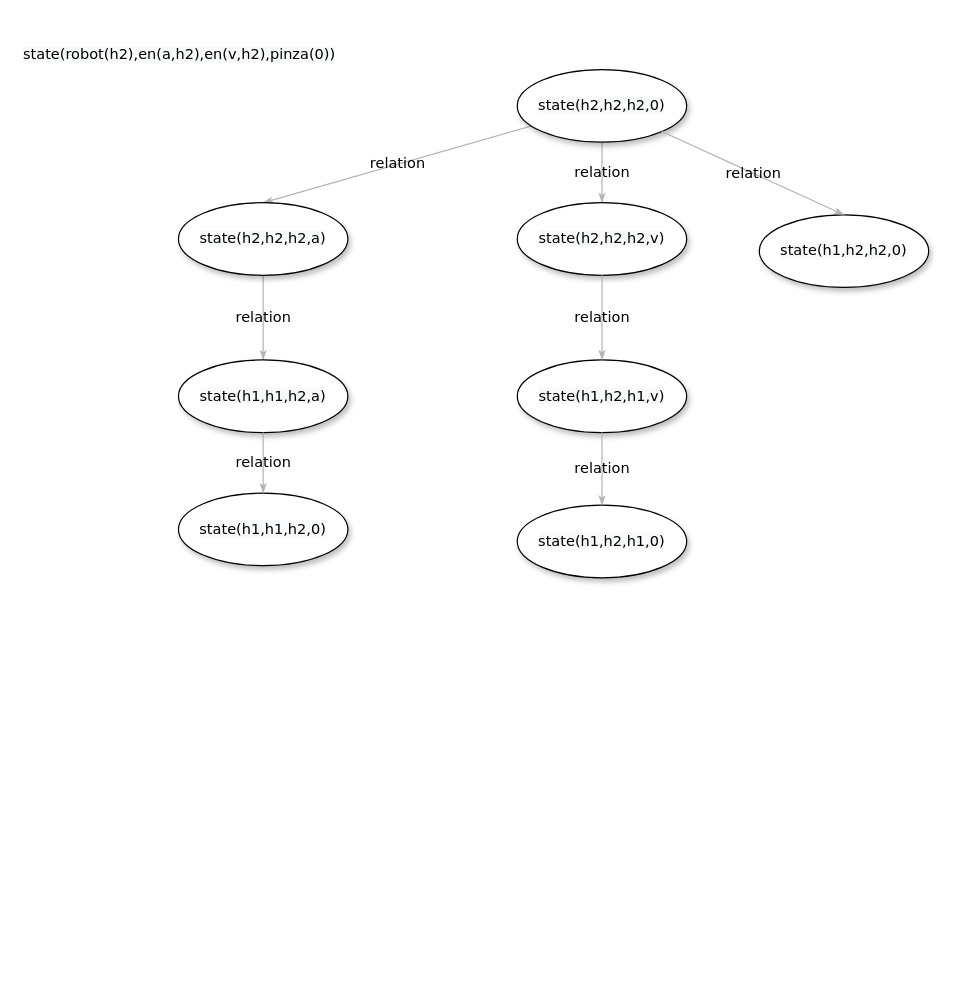
ivanramirez-git/IntroduccionIA keeps this draw.io diagram as Proyecto 1 - Robot/Proyecto 1 Diagrama.drawio. Above is the earlier version. Source tidied: cells renumbered, new cells numbered last; positions are measured from the earlier drawing's top-left corner, leaving out a move shared by most shapes. Both pictures are drawn from the tidied source at 121%, with x=0, y=0 at pixel (21, 21).
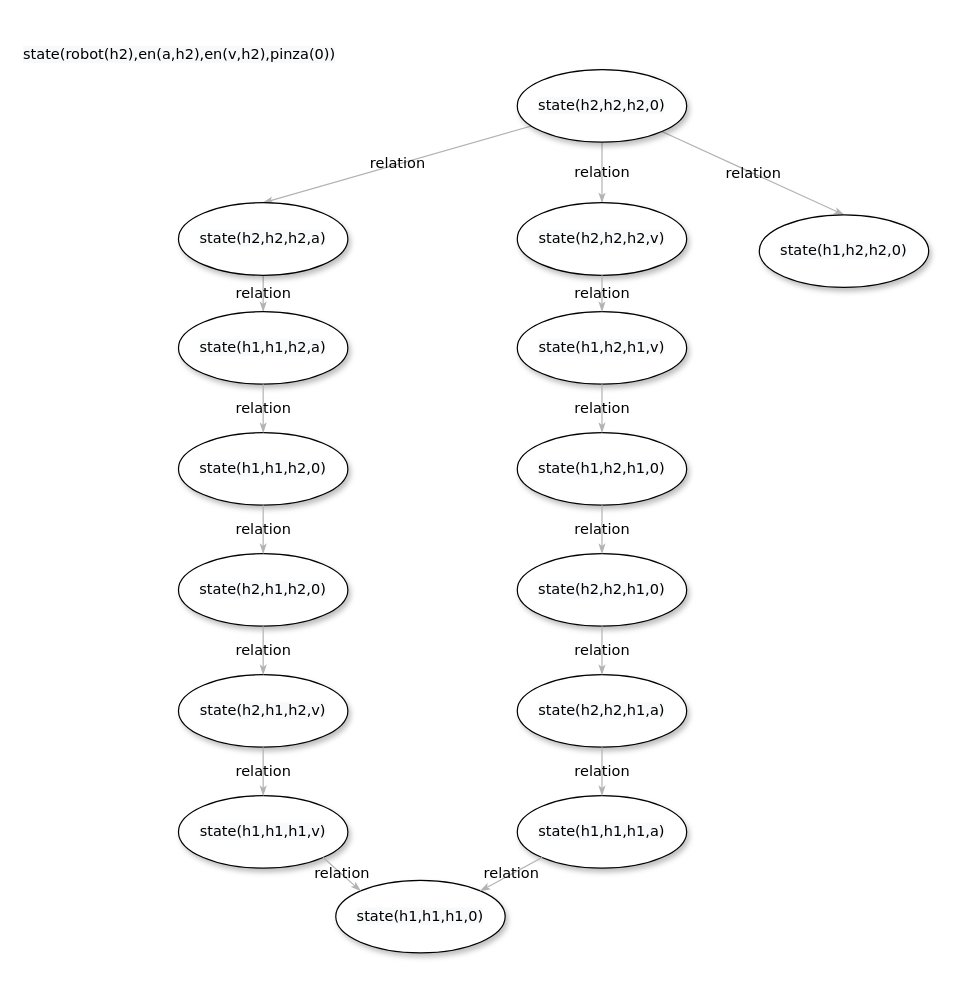
After the change.

The change refers to these unchanged cells:
```xml
<mxCell id="4" value="&#10;&#10;&lt;span style=&quot;color: rgb(0, 0, 0); font-family: verdana; font-size: 12px; font-style: normal; font-weight: 400; letter-spacing: normal; text-align: center; text-indent: 0px; text-transform: none; word-spacing: 0px; background-color: rgb(248, 249, 250); display: inline; float: none;&quot;&gt;state(h2,h2,h2,0)&lt;/span&gt;&#10;&#10;" style="ellipse;whiteSpace=wrap;html=1;rounded=0;shadow=1;comic=0;labelBackgroundColor=none;strokeWidth=1;fontFamily=Verdana;fontSize=12;align=center;" parent="1" vertex="1">
  <mxGeometry x="410" y="40" width="140" height="60" as="geometry" />
</mxCell>
<mxCell id="8" value="&lt;span style=&quot;color: rgb(0 , 0 , 0) ; font-family: &amp;#34;verdana&amp;#34; ; font-size: 12px ; font-style: normal ; font-weight: 400 ; letter-spacing: normal ; text-align: center ; text-indent: 0px ; text-transform: none ; word-spacing: 0px ; background-color: rgb(248 , 249 , 250) ; display: inline ; float: none&quot;&gt;state(h1,h2,h2,0)&lt;/span&gt;" style="ellipse;whiteSpace=wrap;html=1;rounded=0;shadow=1;comic=0;labelBackgroundColor=none;strokeWidth=1;fontFamily=Verdana;fontSize=12;align=center;" parent="1" vertex="1">
  <mxGeometry x="610" y="160" width="140" height="60" as="geometry" />
</mxCell>
```

Change to the diagram source:
```diff
@@
+    <mxCell id="9" value="relation" style="edgeStyle=none;rounded=1;html=1;labelBackgroundColor=none;startArrow=none;startFill=0;startSize=5;endArrow=classicThin;endFill=1;endSize=5;jettySize=auto;strokeColor=#B3B3B3;strokeWidth=1;fontFamily=Verdana;fontSize=12;entryX=0.5;entryY=0;entryDx=0;entryDy=0;exitX=1;exitY=1;exitDx=0;exitDy=0;" parent="1" edge="1" source="4" target="8">
+      <mxGeometry relative="1" as="geometry" />
+    </mxCell>
@@
-    <mxCell id="9" value="relation" style="edgeStyle=none;rounded=1;html=1;labelBackgroundColor=none;startArrow=none;startFill=0;startSize=5;endArrow=classicThin;endFill=1;endSize=5;jettySize=auto;strokeColor=#B3B3B3;strokeWidth=1;fontFamily=Verdana;fontSize=12;entryX=0.5;entryY=0;entryDx=0;entryDy=0;exitX=1;exitY=1;exitDx=0;exitDy=0;" parent="1" edge="1" source="4" target="8">
-      <mxGeometry relative="1" as="geometry" />
-    </mxCell>
     <mxCell id="10" value="&lt;span style=&quot;color: rgb(0 , 0 , 0) ; font-family: &amp;#34;verdana&amp;#34; ; font-size: 12px ; font-style: normal ; font-weight: 400 ; letter-spacing: normal ; text-align: center ; text-indent: 0px ; text-transform: none ; word-spacing: 0px ; background-color: rgb(248 , 249 , 250) ; display: inline ; float: none&quot;&gt;state(h1,h2,h1,v)&lt;/span&gt;" style="ellipse;whiteSpace=wrap;html=1;rounded=0;shadow=1;comic=0;labelBackgroundColor=none;strokeWidth=1;fontFamily=Verdana;fontSize=12;align=center;" parent="1" vertex="1">
-      <mxGeometry x="410" y="280" width="140" height="60" as="geometry" />
+      <mxGeometry x="410" y="240" width="140" height="60" as="geometry" />
     </mxCell>
     <mxCell id="11" value="&lt;span style=&quot;color: rgb(0 , 0 , 0) ; font-family: &amp;#34;verdana&amp;#34; ; font-size: 12px ; font-style: normal ; font-weight: 400 ; letter-spacing: normal ; text-align: center ; text-indent: 0px ; text-transform: none ; word-spacing: 0px ; background-color: rgb(248 , 249 , 250) ; display: inline ; float: none&quot;&gt;state(h1,h1,h2,0)&lt;/span&gt;" style="ellipse;whiteSpace=wrap;html=1;rounded=0;shadow=1;comic=0;labelBackgroundColor=none;strokeWidth=1;fontFamily=Verdana;fontSize=12;align=center;" parent="1" vertex="1">
-      <mxGeometry x="130" y="390" width="140" height="60" as="geometry" />
+      <mxGeometry x="130" y="340" width="140" height="60" as="geometry" />
     </mxCell>
     <mxCell id="12" value="&lt;span style=&quot;color: rgb(0 , 0 , 0) ; font-family: &amp;#34;verdana&amp;#34; ; font-size: 12px ; font-style: normal ; font-weight: 400 ; letter-spacing: normal ; text-align: center ; text-indent: 0px ; text-transform: none ; word-spacing: 0px ; background-color: rgb(248 , 249 , 250) ; display: inline ; float: none&quot;&gt;state(h1,h1,h2,a)&lt;/span&gt;" style="ellipse;whiteSpace=wrap;html=1;rounded=0;shadow=1;comic=0;labelBackgroundColor=none;strokeWidth=1;fontFamily=Verdana;fontSize=12;align=center;" parent="1" vertex="1">
-      <mxGeometry x="130" y="280" width="140" height="60" as="geometry" />
+      <mxGeometry x="130" y="240" width="140" height="60" as="geometry" />
     </mxCell>
@@
     <mxCell id="15" value="&lt;span style=&quot;color: rgb(0 , 0 , 0) ; font-family: &amp;#34;verdana&amp;#34; ; font-size: 12px ; font-style: normal ; font-weight: 400 ; letter-spacing: normal ; text-align: center ; text-indent: 0px ; text-transform: none ; word-spacing: 0px ; background-color: rgb(248 , 249 , 250) ; display: inline ; float: none&quot;&gt;state(h1,h2,h1,0)&lt;/span&gt;" style="ellipse;whiteSpace=wrap;html=1;rounded=0;shadow=1;comic=0;labelBackgroundColor=none;strokeWidth=1;fontFamily=Verdana;fontSize=12;align=center;" parent="1" vertex="1">
-      <mxGeometry x="410" y="400" width="140" height="60" as="geometry" />
+      <mxGeometry x="410" y="340" width="140" height="60" as="geometry" />
     </mxCell>
@@
+    <mxCell id="18" value="&lt;span style=&quot;color: rgb(0 , 0 , 0) ; font-family: &amp;#34;verdana&amp;#34; ; font-size: 12px ; font-style: normal ; font-weight: 400 ; letter-spacing: normal ; text-align: center ; text-indent: 0px ; text-transform: none ; word-spacing: 0px ; background-color: rgb(248 , 249 , 250) ; display: inline ; float: none&quot;&gt;state(h2,h1,h2,0)&lt;/span&gt;" style="ellipse;whiteSpace=wrap;html=1;rounded=0;shadow=1;comic=0;labelBackgroundColor=none;strokeWidth=1;fontFamily=Verdana;fontSize=12;align=center;" parent="1" vertex="1">
+      <mxGeometry x="130" y="440" width="140" height="60" as="geometry" />
+    </mxCell>
+    <mxCell id="19" value="relation" style="edgeStyle=none;rounded=1;html=1;labelBackgroundColor=none;startArrow=none;startFill=0;startSize=5;endArrow=classicThin;endFill=1;endSize=5;jettySize=auto;strokeColor=#B3B3B3;strokeWidth=1;fontFamily=Verdana;fontSize=12;exitX=0.5;exitY=1;exitDx=0;exitDy=0;entryX=0.5;entryY=0;entryDx=0;entryDy=0;" parent="1" edge="1" source="11" target="18">
+      <mxGeometry relative="1" as="geometry" />
+    </mxCell>
+    <mxCell id="20" value="&lt;span style=&quot;color: rgb(0 , 0 , 0) ; font-family: &amp;#34;verdana&amp;#34; ; font-size: 12px ; font-style: normal ; font-weight: 400 ; letter-spacing: normal ; text-align: center ; text-indent: 0px ; text-transform: none ; word-spacing: 0px ; background-color: rgb(248 , 249 , 250) ; display: inline ; float: none&quot;&gt;state(h2,h2,h1,0)&lt;/span&gt;" style="ellipse;whiteSpace=wrap;html=1;rounded=0;shadow=1;comic=0;labelBackgroundColor=none;strokeWidth=1;fontFamily=Verdana;fontSize=12;align=center;" parent="1" vertex="1">
+      <mxGeometry x="410" y="440" width="140" height="60" as="geometry" />
+    </mxCell>
+    <mxCell id="21" value="relation" style="edgeStyle=none;rounded=1;html=1;labelBackgroundColor=none;startArrow=none;startFill=0;startSize=5;endArrow=classicThin;endFill=1;endSize=5;jettySize=auto;strokeColor=#B3B3B3;strokeWidth=1;fontFamily=Verdana;fontSize=12;exitX=0.5;exitY=1;exitDx=0;exitDy=0;entryX=0.5;entryY=0;entryDx=0;entryDy=0;" parent="1" edge="1" source="15" target="20">
+      <mxGeometry relative="1" as="geometry" />
+    </mxCell>
+    <mxCell id="22" value="&lt;span style=&quot;color: rgb(0 , 0 , 0) ; font-family: &amp;#34;verdana&amp;#34; ; font-size: 12px ; font-style: normal ; font-weight: 400 ; letter-spacing: normal ; text-align: center ; text-indent: 0px ; text-transform: none ; word-spacing: 0px ; background-color: rgb(248 , 249 , 250) ; display: inline ; float: none&quot;&gt;state(h2,h1,h2,v)&lt;/span&gt;" style="ellipse;whiteSpace=wrap;html=1;rounded=0;shadow=1;comic=0;labelBackgroundColor=none;strokeWidth=1;fontFamily=Verdana;fontSize=12;align=center;" parent="1" vertex="1">
+      <mxGeometry x="130" y="540" width="140" height="60" as="geometry" />
+    </mxCell>
+    <mxCell id="23" value="relation" style="edgeStyle=none;rounded=1;html=1;labelBackgroundColor=none;startArrow=none;startFill=0;startSize=5;endArrow=classicThin;endFill=1;endSize=5;jettySize=auto;strokeColor=#B3B3B3;strokeWidth=1;fontFamily=Verdana;fontSize=12;exitX=0.5;exitY=1;exitDx=0;exitDy=0;entryX=0.5;entryY=0;entryDx=0;entryDy=0;" parent="1" edge="1" source="18" target="22">
+      <mxGeometry relative="1" as="geometry" />
+    </mxCell>
+    <mxCell id="24" value="&lt;span style=&quot;color: rgb(0 , 0 , 0) ; font-family: &amp;#34;verdana&amp;#34; ; font-size: 12px ; font-style: normal ; font-weight: 400 ; letter-spacing: normal ; text-align: center ; text-indent: 0px ; text-transform: none ; word-spacing: 0px ; background-color: rgb(248 , 249 , 250) ; display: inline ; float: none&quot;&gt;state(h2,h2,h1,a)&lt;/span&gt;" style="ellipse;whiteSpace=wrap;html=1;rounded=0;shadow=1;comic=0;labelBackgroundColor=none;strokeWidth=1;fontFamily=Verdana;fontSize=12;align=center;" parent="1" vertex="1">
+      <mxGeometry x="410" y="540" width="140" height="60" as="geometry" />
+    </mxCell>
+    <mxCell id="25" value="relation" style="edgeStyle=none;rounded=1;html=1;labelBackgroundColor=none;startArrow=none;startFill=0;startSize=5;endArrow=classicThin;endFill=1;endSize=5;jettySize=auto;strokeColor=#B3B3B3;strokeWidth=1;fontFamily=Verdana;fontSize=12;exitX=0.5;exitY=1;exitDx=0;exitDy=0;entryX=0.5;entryY=0;entryDx=0;entryDy=0;" parent="1" edge="1" source="20" target="24">
+      <mxGeometry relative="1" as="geometry" />
+    </mxCell>
+    <mxCell id="26" value="&lt;span style=&quot;color: rgb(0 , 0 , 0) ; font-family: &amp;#34;verdana&amp;#34; ; font-size: 12px ; font-style: normal ; font-weight: 400 ; letter-spacing: normal ; text-align: center ; text-indent: 0px ; text-transform: none ; word-spacing: 0px ; background-color: rgb(248 , 249 , 250) ; display: inline ; float: none&quot;&gt;state(h1,h1,h1,a)&lt;/span&gt;" style="ellipse;whiteSpace=wrap;html=1;rounded=0;shadow=1;comic=0;labelBackgroundColor=none;strokeWidth=1;fontFamily=Verdana;fontSize=12;align=center;" parent="1" vertex="1">
+      <mxGeometry x="410" y="640" width="140" height="60" as="geometry" />
+    </mxCell>
+    <mxCell id="27" value="relation" style="edgeStyle=none;rounded=1;html=1;labelBackgroundColor=none;startArrow=none;startFill=0;startSize=5;endArrow=classicThin;endFill=1;endSize=5;jettySize=auto;strokeColor=#B3B3B3;strokeWidth=1;fontFamily=Verdana;fontSize=12;exitX=0.5;exitY=1;exitDx=0;exitDy=0;entryX=0.5;entryY=0;entryDx=0;entryDy=0;" parent="1" edge="1" source="24" target="26">
+      <mxGeometry relative="1" as="geometry" />
+    </mxCell>
+    <mxCell id="28" value="&lt;span style=&quot;color: rgb(0 , 0 , 0) ; font-family: &amp;#34;verdana&amp;#34; ; font-size: 12px ; font-style: normal ; font-weight: 400 ; letter-spacing: normal ; text-align: center ; text-indent: 0px ; text-transform: none ; word-spacing: 0px ; background-color: rgb(248 , 249 , 250) ; display: inline ; float: none&quot;&gt;state(h1,h1,h1,v)&lt;/span&gt;" style="ellipse;whiteSpace=wrap;html=1;rounded=0;shadow=1;comic=0;labelBackgroundColor=none;strokeWidth=1;fontFamily=Verdana;fontSize=12;align=center;" parent="1" vertex="1">
+      <mxGeometry x="130" y="640" width="140" height="60" as="geometry" />
+    </mxCell>
+    <mxCell id="29" value="relation" style="edgeStyle=none;rounded=1;html=1;labelBackgroundColor=none;startArrow=none;startFill=0;startSize=5;endArrow=classicThin;endFill=1;endSize=5;jettySize=auto;strokeColor=#B3B3B3;strokeWidth=1;fontFamily=Verdana;fontSize=12;exitX=0.5;exitY=1;exitDx=0;exitDy=0;entryX=0.5;entryY=0;entryDx=0;entryDy=0;" parent="1" edge="1" source="22" target="28">
+      <mxGeometry relative="1" as="geometry" />
+    </mxCell>
+    <mxCell id="30" value="&lt;span style=&quot;color: rgb(0 , 0 , 0) ; font-family: &amp;#34;verdana&amp;#34; ; font-size: 12px ; font-style: normal ; font-weight: 400 ; letter-spacing: normal ; text-align: center ; text-indent: 0px ; text-transform: none ; word-spacing: 0px ; background-color: rgb(248 , 249 , 250) ; display: inline ; float: none&quot;&gt;state(h1,h1,h1,0)&lt;/span&gt;" style="ellipse;whiteSpace=wrap;html=1;rounded=0;shadow=1;comic=0;labelBackgroundColor=none;strokeWidth=1;fontFamily=Verdana;fontSize=12;align=center;" parent="1" vertex="1">
+      <mxGeometry x="260" y="710" width="140" height="60" as="geometry" />
+    </mxCell>
+    <mxCell id="31" value="relation" style="edgeStyle=none;rounded=1;html=1;labelBackgroundColor=none;startArrow=none;startFill=0;startSize=5;endArrow=classicThin;endFill=1;endSize=5;jettySize=auto;strokeColor=#B3B3B3;strokeWidth=1;fontFamily=Verdana;fontSize=12;exitX=1;exitY=1;exitDx=0;exitDy=0;entryX=0;entryY=0;entryDx=0;entryDy=0;" parent="1" edge="1" source="28" target="30">
+      <mxGeometry relative="1" as="geometry" />
+    </mxCell>
+    <mxCell id="32" value="relation" style="edgeStyle=none;rounded=1;html=1;labelBackgroundColor=none;startArrow=none;startFill=0;startSize=5;endArrow=classicThin;endFill=1;endSize=5;jettySize=auto;strokeColor=#B3B3B3;strokeWidth=1;fontFamily=Verdana;fontSize=12;exitX=0;exitY=1;exitDx=0;exitDy=0;entryX=1;entryY=0;entryDx=0;entryDy=0;" parent="1" edge="1" source="26" target="30">
+      <mxGeometry relative="1" as="geometry" />
+    </mxCell>
```
